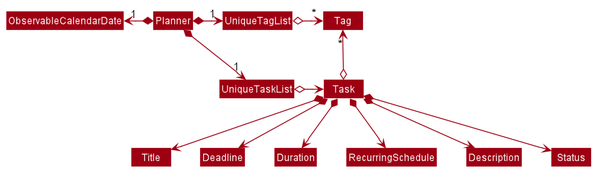
This is docs/images/BetterModelClassDiagram.png from nus-cs2103-AY2021S2/tp, a PlantUML export, as it was before one commit.
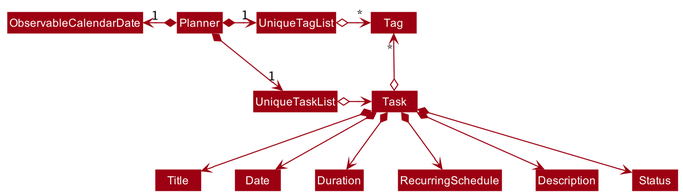
After the change.

Commit message:
Add test cases to manual testing, improve sequence diagram to show only required details, improve user stories and enhance use cases in DG

Diff of the diagram source:
```diff
@@ -16,7 +16,7 @@
 Task o-up-> "*" Tag
 
 Task *--> Title
-Task *--> Deadline
+Task *--> Date
 Task *--> Duration
 Task *--> RecurringSchedule
 Task *--> Description
```
